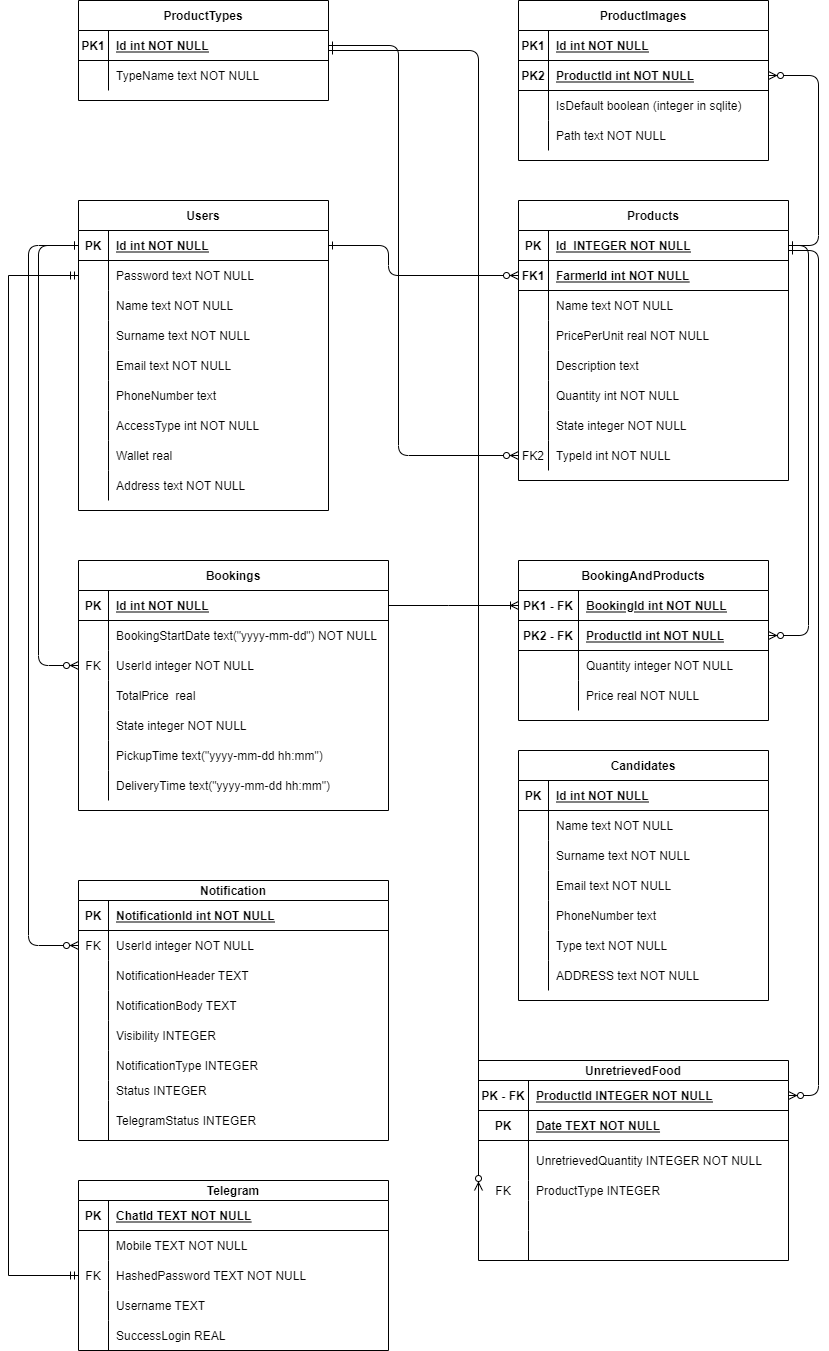
This is assets/DBDesign_final.png from Softeng-2-Team-P03/SolidarityPurchasingGroup, a draw.io export, as it was before one commit. Source tidied: cells renumbered, new cells last; positions are measured from the earlier drawing's top-left corner, leaving out a move shared by most shapes.
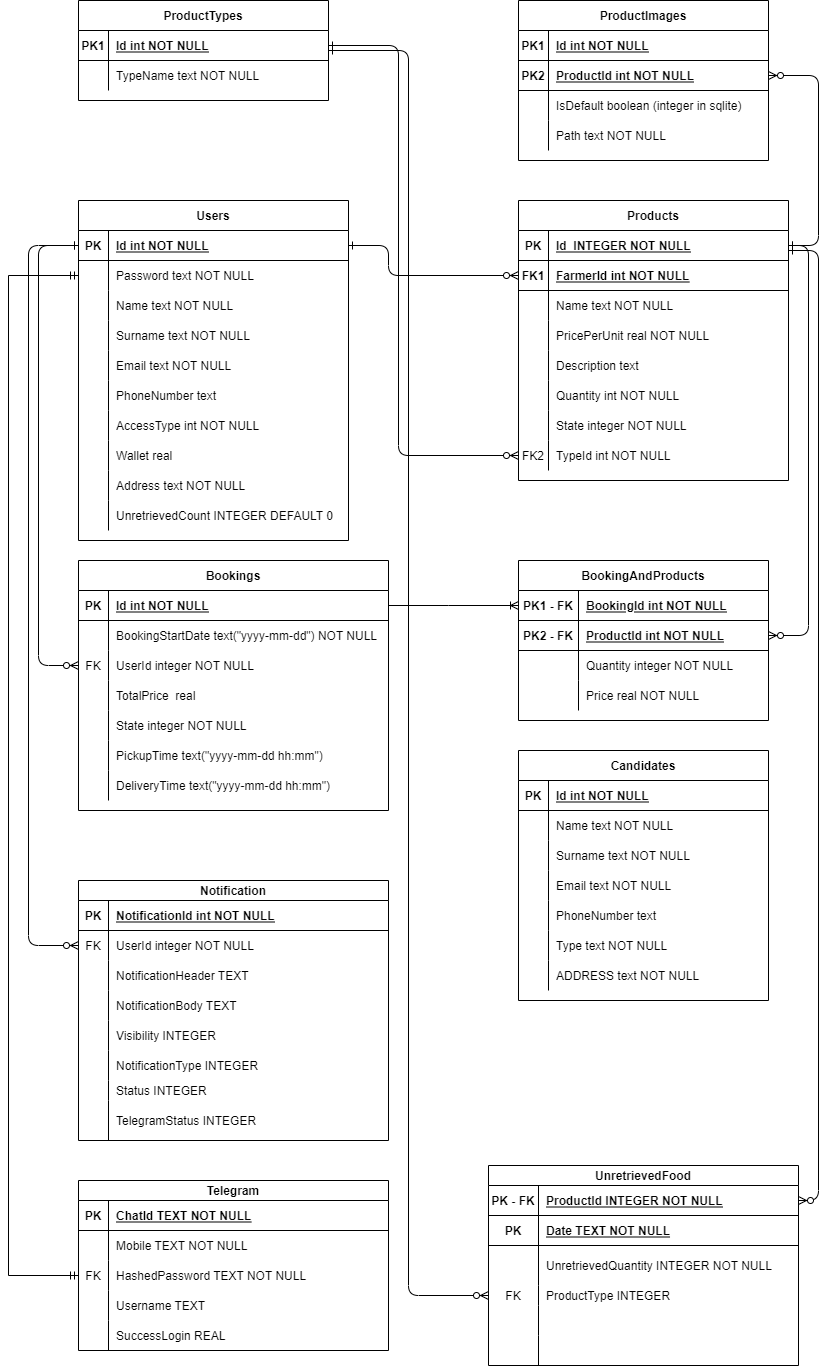
After the commit.

Commit message:
:memo: added new column to documentation

The edit, as a diff of the source:
```diff
@@ -132,89 +132,98 @@
       <mxGeometry x="60" width="190" height="30" as="geometry" />
     </mxCell>
     <mxCell id="42" value="Users" style="shape=table;startSize=30;rowLines=0;fontStyle=1;align=center;" parent="1" vertex="1">
-      <mxGeometry x="70" y="200" width="250" height="310" as="geometry" />
+      <mxGeometry x="70" y="200" width="270" height="340" as="geometry" />
     </mxCell>
     <mxCell id="43" style="shape=partialRectangle;fillColor=none;points=[[0,0.5],[1,0.5]];portConstraint=eastwest;top=0;left=0;right=0;bottom=1;" parent="42" vertex="1">
-      <mxGeometry y="30" width="250" height="30" as="geometry" />
+      <mxGeometry y="30" width="270" height="30" as="geometry" />
     </mxCell>
     <mxCell id="44" value="PK" style="shape=partialRectangle;overflow=hidden;fillColor=none;top=0;left=0;bottom=0;right=0;fontStyle=1;" parent="43" vertex="1">
       <mxGeometry width="30" height="30" as="geometry" />
     </mxCell>
     <mxCell id="45" value="Id int NOT NULL " style="shape=partialRectangle;overflow=hidden;fillColor=none;top=0;left=0;bottom=0;right=0;align=left;spacingLeft=6;fontStyle=5;" parent="43" vertex="1">
-      <mxGeometry x="30" width="220" height="30" as="geometry" />
+      <mxGeometry x="30" width="240" height="30" as="geometry" />
     </mxCell>
     <mxCell id="46" style="shape=partialRectangle;fillColor=none;points=[[0,0.5],[1,0.5]];portConstraint=eastwest;top=0;left=0;right=0;bottom=0;" parent="42" vertex="1">
-      <mxGeometry y="60" width="250" height="30" as="geometry" />
+      <mxGeometry y="60" width="270" height="30" as="geometry" />
     </mxCell>
     <mxCell id="47" style="shape=partialRectangle;overflow=hidden;fillColor=none;top=0;left=0;bottom=0;right=0;" parent="46" vertex="1">
       <mxGeometry width="30" height="30" as="geometry" />
     </mxCell>
     <mxCell id="48" value="Password text NOT NULL" style="shape=partialRectangle;overflow=hidden;fillColor=none;top=0;left=0;bottom=0;right=0;align=left;spacingLeft=6;" parent="46" vertex="1">
-      <mxGeometry x="30" width="220" height="30" as="geometry" />
+      <mxGeometry x="30" width="240" height="30" as="geometry" />
     </mxCell>
     <mxCell id="49" style="shape=partialRectangle;fillColor=none;top=0;left=0;right=0;bottom=0;" parent="42" vertex="1">
-      <mxGeometry y="90" width="250" height="30" as="geometry" />
+      <mxGeometry y="90" width="270" height="30" as="geometry" />
     </mxCell>
     <mxCell id="50" style="shape=partialRectangle;overflow=hidden;fillColor=none;top=0;left=0;bottom=0;right=0;" parent="49" vertex="1">
       <mxGeometry width="30" height="30" as="geometry" />
     </mxCell>
     <mxCell id="51" value="Name text NOT NULL" style="shape=partialRectangle;overflow=hidden;fillColor=none;top=0;left=0;bottom=0;right=0;align=left;spacingLeft=6;" parent="49" vertex="1">
-      <mxGeometry x="30" width="220" height="30" as="geometry" />
+      <mxGeometry x="30" width="240" height="30" as="geometry" />
     </mxCell>
     <mxCell id="52" style="shape=partialRectangle;fillColor=none;top=0;left=0;right=0;bottom=0;" parent="42" vertex="1">
-      <mxGeometry y="120" width="250" height="30" as="geometry" />
+      <mxGeometry y="120" width="270" height="30" as="geometry" />
     </mxCell>
     <mxCell id="53" style="shape=partialRectangle;overflow=hidden;fillColor=none;top=0;left=0;bottom=0;right=0;" parent="52" vertex="1">
       <mxGeometry width="30" height="30" as="geometry" />
     </mxCell>
     <mxCell id="54" value="Surname text NOT NULL" style="shape=partialRectangle;overflow=hidden;fillColor=none;top=0;left=0;bottom=0;right=0;align=left;spacingLeft=6;" parent="52" vertex="1">
-      <mxGeometry x="30" width="220" height="30" as="geometry" />
+      <mxGeometry x="30" width="240" height="30" as="geometry" />
     </mxCell>
     <mxCell id="55" style="shape=partialRectangle;fillColor=none;top=0;left=0;right=0;bottom=0;" parent="42" vertex="1">
-      <mxGeometry y="150" width="250" height="30" as="geometry" />
+      <mxGeometry y="150" width="270" height="30" as="geometry" />
     </mxCell>
     <mxCell id="56" style="shape=partialRectangle;overflow=hidden;fillColor=none;top=0;left=0;bottom=0;right=0;" parent="55" vertex="1">
       <mxGeometry width="30" height="30" as="geometry" />
     </mxCell>
     <mxCell id="57" value="Email text NOT NULL" style="shape=partialRectangle;overflow=hidden;fillColor=none;top=0;left=0;bottom=0;right=0;align=left;spacingLeft=6;" parent="55" vertex="1">
-      <mxGeometry x="30" width="220" height="30" as="geometry" />
+      <mxGeometry x="30" width="240" height="30" as="geometry" />
     </mxCell>
     <mxCell id="58" style="shape=partialRectangle;fillColor=none;top=0;left=0;right=0;bottom=0;" parent="42" vertex="1">
-      <mxGeometry y="180" width="250" height="30" as="geometry" />
+      <mxGeometry y="180" width="270" height="30" as="geometry" />
     </mxCell>
     <mxCell id="59" style="shape=partialRectangle;overflow=hidden;fillColor=none;top=0;left=0;bottom=0;right=0;" parent="58" vertex="1">
       <mxGeometry width="30" height="30" as="geometry" />
     </mxCell>
     <mxCell id="60" value="PhoneNumber text" style="shape=partialRectangle;overflow=hidden;fillColor=none;top=0;left=0;bottom=0;right=0;align=left;spacingLeft=6;" parent="58" vertex="1">
-      <mxGeometry x="30" width="220" height="30" as="geometry" />
+      <mxGeometry x="30" width="240" height="30" as="geometry" />
     </mxCell>
     <mxCell id="61" style="shape=partialRectangle;fillColor=none;top=0;left=0;right=0;bottom=0;" parent="42" vertex="1">
-      <mxGeometry y="210" width="250" height="30" as="geometry" />
+      <mxGeometry y="210" width="270" height="30" as="geometry" />
     </mxCell>
     <mxCell id="62" style="shape=partialRectangle;overflow=hidden;fillColor=none;top=0;left=0;bottom=0;right=0;" parent="61" vertex="1">
       <mxGeometry width="30" height="30" as="geometry" />
     </mxCell>
     <mxCell id="63" value="AccessType int NOT NULL" style="shape=partialRectangle;overflow=hidden;fillColor=none;top=0;left=0;bottom=0;right=0;align=left;spacingLeft=6;" parent="61" vertex="1">
-      <mxGeometry x="30" width="220" height="30" as="geometry" />
+      <mxGeometry x="30" width="240" height="30" as="geometry" />
     </mxCell>
     <mxCell id="64" style="shape=partialRectangle;fillColor=none;top=0;left=0;right=0;bottom=0;" parent="42" vertex="1">
-      <mxGeometry y="240" width="250" height="30" as="geometry" />
+      <mxGeometry y="240" width="270" height="30" as="geometry" />
     </mxCell>
     <mxCell id="65" style="shape=partialRectangle;overflow=hidden;fillColor=none;top=0;left=0;bottom=0;right=0;" parent="64" vertex="1">
       <mxGeometry width="30" height="30" as="geometry" />
     </mxCell>
     <mxCell id="66" value="Wallet real " style="shape=partialRectangle;overflow=hidden;fillColor=none;top=0;left=0;bottom=0;right=0;align=left;spacingLeft=6;" parent="64" vertex="1">
-      <mxGeometry x="30" width="220" height="30" as="geometry" />
+      <mxGeometry x="30" width="240" height="30" as="geometry" />
     </mxCell>
     <mxCell id="67" style="shape=partialRectangle;fillColor=none;top=0;left=0;right=0;bottom=0;" parent="42" vertex="1">
-      <mxGeometry y="270" width="250" height="30" as="geometry" />
+      <mxGeometry y="270" width="270" height="30" as="geometry" />
     </mxCell>
     <mxCell id="68" style="shape=partialRectangle;overflow=hidden;fillColor=none;top=0;left=0;bottom=0;right=0;" parent="67" vertex="1">
       <mxGeometry width="30" height="30" as="geometry" />
     </mxCell>
     <mxCell id="69" value="Address text NOT NULL" style="shape=partialRectangle;overflow=hidden;fillColor=none;top=0;left=0;bottom=0;right=0;align=left;spacingLeft=6;" parent="67" vertex="1">
-      <mxGeometry x="30" width="220" height="30" as="geometry" />
+      <mxGeometry x="30" width="240" height="30" as="geometry" />
     </mxCell>
+    <mxCell id="202" style="shape=partialRectangle;fillColor=none;top=0;left=0;right=0;bottom=0;" parent="42" vertex="1">
+      <mxGeometry y="300" width="270" height="30" as="geometry" />
+    </mxCell>
+    <mxCell id="203" style="shape=partialRectangle;overflow=hidden;fillColor=none;top=0;left=0;bottom=0;right=0;" parent="202" vertex="1">
+      <mxGeometry width="30" height="30" as="geometry" />
+    </mxCell>
+    <mxCell id="204" value="UnretrievedCount INTEGER DEFAULT 0" style="shape=partialRectangle;overflow=hidden;fillColor=none;top=0;left=0;bottom=0;right=0;align=left;spacingLeft=6;" parent="202" vertex="1">
+      <mxGeometry x="30" width="240" height="30" as="geometry" />
+    </mxCell>
     <mxCell id="70" value="Bookings" style="shape=table;startSize=30;rowLines=0;fontStyle=1;align=center;" parent="1" vertex="1">
       <mxGeometry x="70" y="560" width="310" height="250" as="geometry" />
     </mxCell>
@@ -571,7 +580,7 @@
       <mxGeometry x="30" width="280" height="30" as="geometry" />
     </mxCell>
     <mxCell id="180" value="UnretrievedFood" style="shape=table;startSize=20;rowLines=0;fontStyle=1;align=center;" parent="1" vertex="1">
-      <mxGeometry x="470" y="1060" width="310" height="200" as="geometry" />
+      <mxGeometry x="480" y="1165" width="310" height="200" as="geometry" />
     </mxCell>
     <mxCell id="181" style="shape=partialRectangle;fillColor=none;points=[[0,0.5],[1,0.5]];portConstraint=eastwest;top=0;left=0;right=0;bottom=1;" parent="180" vertex="1">
       <mxGeometry y="20" width="310" height="30" as="geometry" />
@@ -640,8 +649,6 @@
       <mxGeometry relative="1" as="geometry">
         <mxPoint x="320" y="50" as="sourcePoint" />
         <Array as="points">
-          <mxPoint x="470" y="900" />
-          <mxPoint x="440" y="1160" />
           <mxPoint x="400" y="290" />
           <mxPoint x="60" y="340" />
         </Array>
```
